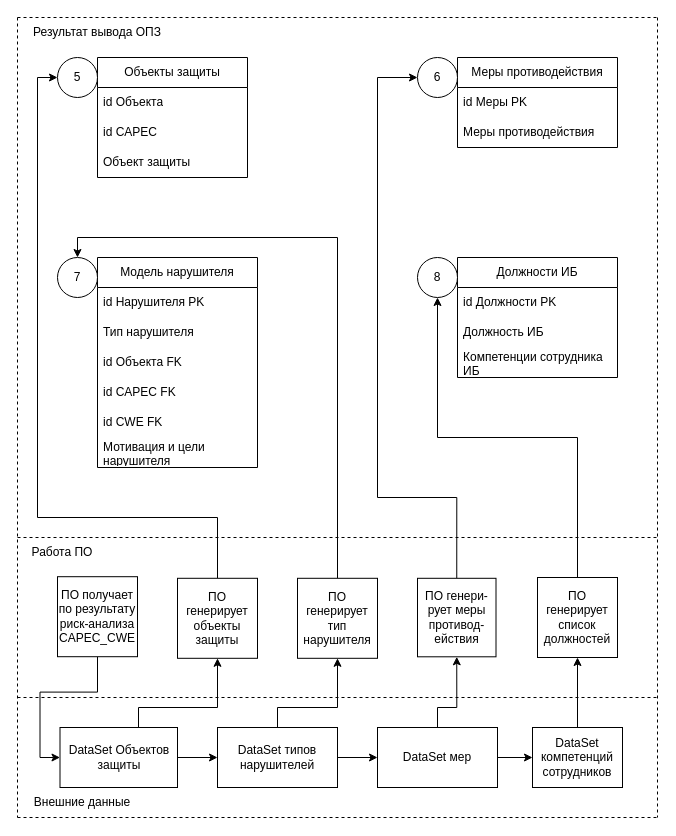
The draw.io diagram New_Shema_OPZ/(Обновленная схема ОПЗ) Частная политика.drawio in SmirnovBogdan8/Diplom, before the edit. Source tidied: cells renumbered, new cells numbered last; positions are measured from the earlier drawing's top-left corner, leaving out a move shared by most shapes. Both pictures are drawn from the tidied source at 100%, with x=0, y=0 at pixel (17, 17).
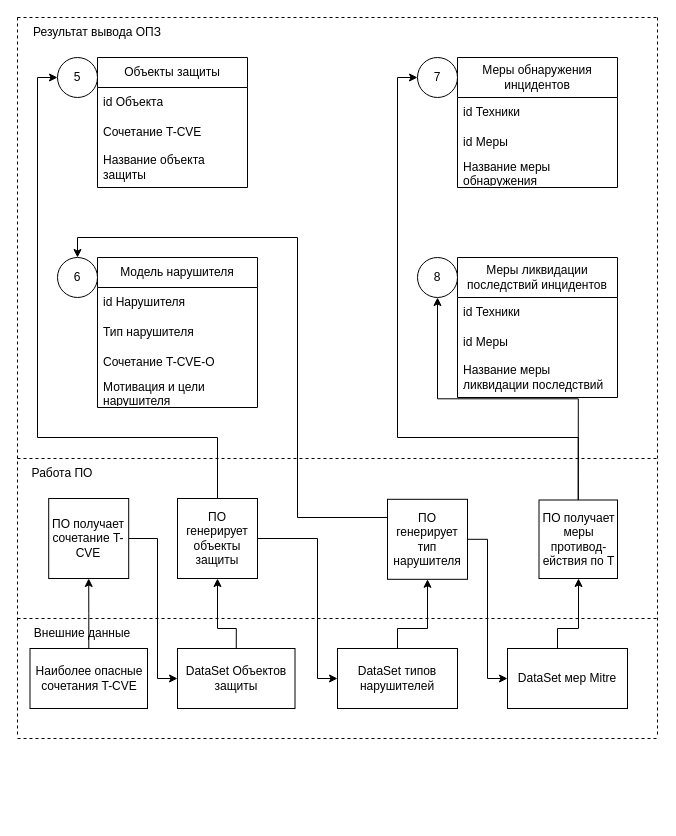
Above is the later version.

The change refers to these unchanged cells:
```xml
<mxCell id="32" value="5" style="ellipse;whiteSpace=wrap;html=1;" parent="1" vertex="1">
  <mxGeometry x="40" y="40" width="40" height="40" as="geometry" />
</mxCell>
```

Change to the diagram source:
```diff
@@
     <mxCell id="2" value="Объекты защиты" style="swimlane;fontStyle=0;horizontal=1;startSize=30;whiteSpace=wrap;html=1;" parent="1" vertex="1">
-      <mxGeometry x="80" y="40" width="150" height="120" as="geometry" />
+      <mxGeometry x="80" y="40" width="150" height="130" as="geometry" />
     </mxCell>
@@
-    <mxCell id="4" value="id CAPEC" style="text;strokeColor=none;fillColor=none;align=left;verticalAlign=middle;spacingLeft=4;spacingRight=4;overflow=hidden;whiteSpace=wrap;html=1;" parent="2" vertex="1">
+    <mxCell id="4" value="Сочетание T-CVE" style="text;strokeColor=none;fillColor=none;align=left;verticalAlign=middle;spacingLeft=4;spacingRight=4;overflow=hidden;whiteSpace=wrap;html=1;" parent="2" vertex="1">
       <mxGeometry y="60" width="150" height="30" as="geometry" />
     </mxCell>
-    <mxCell id="5" value="Объект защиты" style="text;strokeColor=none;fillColor=none;align=left;verticalAlign=middle;spacingLeft=4;spacingRight=4;overflow=hidden;whiteSpace=wrap;html=1;" parent="2" vertex="1">
-      <mxGeometry y="90" width="150" height="30" as="geometry" />
+    <mxCell id="5" value="Название объекта защиты" style="text;strokeColor=none;fillColor=none;align=left;verticalAlign=middle;spacingLeft=4;spacingRight=4;overflow=hidden;whiteSpace=wrap;html=1;" parent="2" vertex="1">
+      <mxGeometry y="90" width="150" height="40" as="geometry" />
     </mxCell>
     <mxCell id="6" value="Модель нарушителя" style="swimlane;fontStyle=0;horizontal=1;startSize=30;whiteSpace=wrap;html=1;" parent="1" vertex="1">
-      <mxGeometry x="80" y="240" width="160" height="210" as="geometry" />
+      <mxGeometry x="80" y="240" width="160" height="150" as="geometry" />
     </mxCell>
-    <mxCell id="7" value="id Нарушителя PK" style="text;strokeColor=none;fillColor=none;align=left;verticalAlign=middle;spacingLeft=4;spacingRight=4;overflow=hidden;whiteSpace=wrap;html=1;" parent="6" vertex="1">
+    <mxCell id="7" value="id Нарушителя" style="text;strokeColor=none;fillColor=none;align=left;verticalAlign=middle;spacingLeft=4;spacingRight=4;overflow=hidden;whiteSpace=wrap;html=1;" parent="6" vertex="1">
       <mxGeometry y="30" width="160" height="30" as="geometry" />
     </mxCell>
@@
-    <mxCell id="9" value="id Объекта FK" style="text;strokeColor=none;fillColor=none;align=left;verticalAlign=middle;spacingLeft=4;spacingRight=4;overflow=hidden;whiteSpace=wrap;html=1;" parent="6" vertex="1">
+    <mxCell id="9" value="Сочетание T-CVE-O" style="text;strokeColor=none;fillColor=none;align=left;verticalAlign=middle;spacingLeft=4;spacingRight=4;overflow=hidden;whiteSpace=wrap;html=1;" parent="6" vertex="1">
       <mxGeometry y="90" width="160" height="30" as="geometry" />
     </mxCell>
-    <mxCell id="10" value="id CAPEC FK" style="text;strokeColor=none;fillColor=none;align=left;verticalAlign=middle;spacingLeft=4;spacingRight=4;overflow=hidden;whiteSpace=wrap;html=1;" parent="6" vertex="1">
-      <mxGeometry y="120" width="160" height="30" as="geometry" />
-    </mxCell>
-    <mxCell id="11" value="id CWE FK" style="text;strokeColor=none;fillColor=none;align=left;verticalAlign=middle;spacingLeft=4;spacingRight=4;overflow=hidden;whiteSpace=wrap;html=1;" parent="6" vertex="1">
-      <mxGeometry y="150" width="160" height="30" as="geometry" />
-    </mxCell>
     <mxCell id="12" value="Мотивация и цели нарушителя" style="text;strokeColor=none;fillColor=none;align=left;verticalAlign=middle;spacingLeft=4;spacingRight=4;overflow=hidden;whiteSpace=wrap;html=1;" parent="6" vertex="1">
-      <mxGeometry y="180" width="160" height="30" as="geometry" />
+      <mxGeometry y="120" width="160" height="30" as="geometry" />
     </mxCell>
-    <mxCell id="13" value="Меры противодействия" style="swimlane;fontStyle=0;horizontal=1;startSize=30;whiteSpace=wrap;html=1;" parent="1" vertex="1">
-      <mxGeometry x="440" y="40" width="160" height="90" as="geometry" />
+    <mxCell id="13" value="Меры обнаружения инцидентов" style="swimlane;fontStyle=0;horizontal=1;startSize=40;whiteSpace=wrap;html=1;" parent="1" vertex="1">
+      <mxGeometry x="440" y="40" width="160" height="130" as="geometry" />
     </mxCell>
-    <mxCell id="14" value="id Меры PK" style="text;strokeColor=none;fillColor=none;align=left;verticalAlign=middle;spacingLeft=4;spacingRight=4;overflow=hidden;whiteSpace=wrap;html=1;" parent="13" vertex="1">
-      <mxGeometry y="30" width="160" height="30" as="geometry" />
+    <mxCell id="14" value="id Техники" style="text;strokeColor=none;fillColor=none;align=left;verticalAlign=middle;spacingLeft=4;spacingRight=4;overflow=hidden;whiteSpace=wrap;html=1;" parent="13" vertex="1">
+      <mxGeometry y="40" width="160" height="30" as="geometry" />
     </mxCell>
-    <mxCell id="15" value="Меры противодействия" style="text;strokeColor=none;fillColor=none;align=left;verticalAlign=middle;spacingLeft=4;spacingRight=4;overflow=hidden;whiteSpace=wrap;html=1;" parent="13" vertex="1">
-      <mxGeometry y="60" width="160" height="30" as="geometry" />
+    <mxCell id="15" value="id Меры" style="text;strokeColor=none;fillColor=none;align=left;verticalAlign=middle;spacingLeft=4;spacingRight=4;overflow=hidden;whiteSpace=wrap;html=1;" parent="13" vertex="1">
+      <mxGeometry y="70" width="160" height="30" as="geometry" />
     </mxCell>
+    <mxCell id="54" value="Название меры обнаружения" style="text;strokeColor=none;fillColor=none;align=left;verticalAlign=middle;spacingLeft=4;spacingRight=4;overflow=hidden;whiteSpace=wrap;html=1;" parent="13" vertex="1">
+      <mxGeometry y="100" width="160" height="30" as="geometry" />
+    </mxCell>
@@
     <mxCell id="17" style="endArrow=none;dashed=1;html=1;rounded=0;" parent="1" edge="1">
       <mxGeometry relative="1" as="geometry">
         <mxPoint as="sourcePoint" />
-        <mxPoint y="800" as="targetPoint" />
+        <mxPoint y="720" as="targetPoint" />
       </mxGeometry>
     </mxCell>
-    <mxCell id="18" value="Должности ИБ" style="swimlane;fontStyle=0;horizontal=1;startSize=30;whiteSpace=wrap;html=1;" parent="1" vertex="1">
-      <mxGeometry x="440" y="240" width="160" height="120" as="geometry" />
-    </mxCell>
-    <mxCell id="19" value="id Должности PK" style="text;strokeColor=none;fillColor=none;align=left;verticalAlign=middle;spacingLeft=4;spacingRight=4;overflow=hidden;whiteSpace=wrap;html=1;" parent="18" vertex="1">
-      <mxGeometry y="30" width="160" height="30" as="geometry" />
-    </mxCell>
-    <mxCell id="20" value="Должность ИБ" style="text;strokeColor=none;fillColor=none;align=left;verticalAlign=middle;spacingLeft=4;spacingRight=4;overflow=hidden;whiteSpace=wrap;html=1;" parent="18" vertex="1">
-      <mxGeometry y="60" width="160" height="30" as="geometry" />
-    </mxCell>
-    <mxCell id="21" value="Компетенции сотрудника ИБ" style="text;strokeColor=none;fillColor=none;align=left;verticalAlign=middle;spacingLeft=4;spacingRight=4;overflow=hidden;whiteSpace=wrap;html=1;" parent="18" vertex="1">
-      <mxGeometry y="90" width="160" height="30" as="geometry" />
-    </mxCell>
     <mxCell id="22" style="endArrow=none;dashed=1;html=1;rounded=0;" parent="1" edge="1">
       <mxGeometry relative="1" as="geometry">
-        <mxPoint y="800" as="sourcePoint" />
-        <mxPoint x="640" y="800" as="targetPoint" />
+        <mxPoint y="721" as="sourcePoint" />
+        <mxPoint x="640" y="721" as="targetPoint" />
       </mxGeometry>
     </mxCell>
-    <mxCell id="23" style="edgeStyle=orthogonalEdgeStyle;rounded=0;jettySize=auto;html=1;exitX=0.5;exitY=0;exitDx=0;exitDy=0;entryX=0;entryY=0.5;entryDx=0;entryDy=0;" parent="1" edge="1" source="24" target="32">
-      <mxGeometry relative="1" as="geometry">
-        <Array as="points">
-          <mxPoint x="200" y="500" />
-          <mxPoint x="20" y="500" />
-          <mxPoint x="20" y="60" />
-        </Array>
-      </mxGeometry>
-    </mxCell>
-    <mxCell id="24" value="ПО генерирует объекты защиты" style="whiteSpace=wrap;html=1;" parent="1" vertex="1">
-      <mxGeometry x="160" y="560.8" width="80" height="80" as="geometry" />
-    </mxCell>
-    <mxCell id="25" style="edgeStyle=orthogonalEdgeStyle;rounded=0;jettySize=auto;html=1;exitX=0.5;exitY=0;exitDx=0;exitDy=0;entryX=0.5;entryY=1;entryDx=0;entryDy=0;" parent="1" edge="1" source="26" target="35">
-      <mxGeometry relative="1" as="geometry" />
-    </mxCell>
-    <mxCell id="26" value="ПО генерирует список должностей" style="whiteSpace=wrap;html=1;" parent="1" vertex="1">
-      <mxGeometry x="520" y="560" width="80" height="80" as="geometry" />
-    </mxCell>
+    <mxCell id="55" style="edgeStyle=orthogonalEdgeStyle;rounded=0;jettySize=auto;html=1;exitX=0.5;exitY=0;exitDx=0;exitDy=0;entryX=0.5;entryY=1;entryDx=0;entryDy=0;" parent="1" edge="1" source="28" target="35">
+      <mxGeometry relative="1" as="geometry" />
+    </mxCell>
     <mxCell id="27" style="edgeStyle=orthogonalEdgeStyle;rounded=0;jettySize=auto;html=1;exitX=0.5;exitY=0;exitDx=0;exitDy=0;entryX=0;entryY=0.5;entryDx=0;entryDy=0;" parent="1" edge="1" source="28" target="33">
       <mxGeometry relative="1" as="geometry">
         <Array as="points">
-          <mxPoint x="439" y="480" />
-          <mxPoint x="360" y="480" />
-          <mxPoint x="360" y="60" />
+          <mxPoint x="561" y="420" />
+          <mxPoint x="380" y="420" />
+          <mxPoint x="380" y="60" />
         </Array>
       </mxGeometry>
     </mxCell>
-    <mxCell id="28" value="ПО генери-рует меры противод-ействия" style="whiteSpace=wrap;html=1;" parent="1" vertex="1">
-      <mxGeometry x="400" y="560.8" width="78.5" height="78.5" as="geometry" />
+    <mxCell id="28" value="ПО получает меры противод-ействия по T" style="whiteSpace=wrap;html=1;" parent="1" vertex="1">
+      <mxGeometry x="521.5" y="482.5" width="78.5" height="78.5" as="geometry" />
     </mxCell>
     <mxCell id="29" style="edgeStyle=orthogonalEdgeStyle;rounded=0;jettySize=auto;html=1;exitX=0.5;exitY=0;exitDx=0;exitDy=0;entryX=0.5;entryY=0;entryDx=0;entryDy=0;" parent="1" edge="1" source="30" target="34">
-      <mxGeometry relative="1" as="geometry" />
+      <mxGeometry relative="1" as="geometry">
+        <Array as="points">
+          <mxPoint x="410" y="500" />
+          <mxPoint x="280" y="500" />
+          <mxPoint x="280" y="220" />
+          <mxPoint x="60" y="220" />
+        </Array>
+      </mxGeometry>
     </mxCell>
+    <mxCell id="56" style="edgeStyle=orthogonalEdgeStyle;rounded=0;jettySize=auto;html=1;exitX=1;exitY=0.5;exitDx=0;exitDy=0;entryX=0;entryY=0.5;entryDx=0;entryDy=0;" parent="1" edge="1" source="30" target="46">
+      <mxGeometry relative="1" as="geometry">
+        <Array as="points">
+          <mxPoint x="470" y="522" />
+          <mxPoint x="470" y="661" />
+        </Array>
+      </mxGeometry>
+    </mxCell>
     <mxCell id="30" value="ПО генерирует тип нарушителя" style="whiteSpace=wrap;html=1;" parent="1" vertex="1">
-      <mxGeometry x="280" y="560.8" width="80" height="80" as="geometry" />
+      <mxGeometry x="370" y="481.8" width="80" height="80" as="geometry" />
     </mxCell>
     <mxCell id="31" style="endArrow=none;dashed=1;html=1;rounded=0;" parent="1" edge="1">
       <mxGeometry relative="1" as="geometry">
         <mxPoint x="640" as="sourcePoint" />
-        <mxPoint x="640" y="800" as="targetPoint" />
+        <mxPoint x="640" y="720" as="targetPoint" />
       </mxGeometry>
     </mxCell>
@@
-    <mxCell id="33" value="6" style="ellipse;whiteSpace=wrap;html=1;" parent="1" vertex="1">
+    <mxCell id="33" value="7" style="ellipse;whiteSpace=wrap;html=1;" parent="1" vertex="1">
       <mxGeometry x="400" y="40" width="40" height="40" as="geometry" />
     </mxCell>
-    <mxCell id="34" value="7" style="ellipse;whiteSpace=wrap;html=1;" parent="1" vertex="1">
+    <mxCell id="34" value="6" style="ellipse;whiteSpace=wrap;html=1;" parent="1" vertex="1">
       <mxGeometry x="40" y="240" width="40" height="40" as="geometry" />
     </mxCell>
-    <mxCell id="35" value="8" style="ellipse;whiteSpace=wrap;html=1;" parent="1" vertex="1">
-      <mxGeometry x="400" y="240" width="40" height="40" as="geometry" />
-    </mxCell>
     <mxCell id="36" style="endArrow=none;dashed=1;html=1;rounded=0;" parent="1" edge="1">
       <mxGeometry relative="1" as="geometry">
-        <mxPoint y="520" as="sourcePoint" />
-        <mxPoint x="640" y="520" as="targetPoint" />
+        <mxPoint y="441" as="sourcePoint" />
+        <mxPoint x="640" y="441" as="targetPoint" />
       </mxGeometry>
     </mxCell>
     <mxCell id="37" style="endArrow=none;dashed=1;html=1;rounded=0;" parent="1" edge="1">
       <mxGeometry relative="1" as="geometry">
-        <mxPoint y="680" as="sourcePoint" />
-        <mxPoint x="640" y="680" as="targetPoint" />
+        <mxPoint y="601" as="sourcePoint" />
+        <mxPoint x="640" y="601" as="targetPoint" />
       </mxGeometry>
     </mxCell>
     <mxCell id="38" style="edgeStyle=orthogonalEdgeStyle;rounded=0;jettySize=auto;html=1;exitX=0.5;exitY=0;exitDx=0;exitDy=0;entryX=0.5;entryY=1;entryDx=0;entryDy=0;" parent="1" edge="1" source="40" target="24">
       <mxGeometry relative="1" as="geometry">
         <Array as="points">
-          <mxPoint x="121" y="690" />
-          <mxPoint x="200" y="690" />
+          <mxPoint x="219" y="611" />
+          <mxPoint x="200" y="611" />
         </Array>
       </mxGeometry>
     </mxCell>
-    <mxCell id="39" style="edgeStyle=orthogonalEdgeStyle;rounded=0;jettySize=auto;html=1;" parent="1" edge="1" source="40" target="43">
-      <mxGeometry relative="1" as="geometry" />
-    </mxCell>
     <mxCell id="40" value="DataSet Объектов защиты" style="rounded=0;whiteSpace=wrap;html=1;" parent="1" vertex="1">
-      <mxGeometry x="42.5" y="710" width="117.5" height="60" as="geometry" />
+      <mxGeometry x="160" y="631" width="117.5" height="60" as="geometry" />
     </mxCell>
-    <mxCell id="41" style="edgeStyle=orthogonalEdgeStyle;rounded=0;jettySize=auto;html=1;" parent="1" edge="1" source="43" target="46">
-      <mxGeometry relative="1" as="geometry" />
-    </mxCell>
     <mxCell id="42" style="edgeStyle=orthogonalEdgeStyle;rounded=0;jettySize=auto;html=1;exitX=0.5;exitY=0;exitDx=0;exitDy=0;entryX=0.5;entryY=1;entryDx=0;entryDy=0;" parent="1" edge="1" source="43" target="30">
       <mxGeometry relative="1" as="geometry">
         <Array as="points">
-          <mxPoint x="260" y="690" />
-          <mxPoint x="320" y="690" />
+          <mxPoint x="380" y="611" />
+          <mxPoint x="410" y="611" />
         </Array>
       </mxGeometry>
     </mxCell>
     <mxCell id="43" value="DataSet типов нарушителей" style="rounded=0;whiteSpace=wrap;html=1;" parent="1" vertex="1">
-      <mxGeometry x="200" y="710" width="120" height="60" as="geometry" />
+      <mxGeometry x="320" y="631" width="120" height="60" as="geometry" />
     </mxCell>
-    <mxCell id="44" style="edgeStyle=orthogonalEdgeStyle;rounded=0;jettySize=auto;html=1;exitX=0.5;exitY=0;exitDx=0;exitDy=0;entryX=0.5;entryY=1;entryDx=0;entryDy=0;" parent="1" edge="1" source="46" target="28">
+    <mxCell id="44" style="edgeStyle=orthogonalEdgeStyle;rounded=0;jettySize=auto;html=1;exitX=0.5;exitY=0;exitDx=0;exitDy=0;" parent="1" edge="1" source="46" target="28">
       <mxGeometry relative="1" as="geometry">
         <Array as="points">
-          <mxPoint x="420" y="690" />
-          <mxPoint x="439" y="690" />
+          <mxPoint x="540" y="611" />
+          <mxPoint x="561" y="611" />
         </Array>
       </mxGeometry>
     </mxCell>
-    <mxCell id="45" style="edgeStyle=orthogonalEdgeStyle;rounded=0;jettySize=auto;html=1;" parent="1" edge="1" source="46" target="53">
-      <mxGeometry relative="1" as="geometry" />
-    </mxCell>
-    <mxCell id="46" value="DataSet мер" style="rounded=0;whiteSpace=wrap;html=1;" parent="1" vertex="1">
-      <mxGeometry x="360" y="710" width="120" height="60" as="geometry" />
+    <mxCell id="46" value="DataSet мер Mitre" style="rounded=0;whiteSpace=wrap;html=1;" parent="1" vertex="1">
+      <mxGeometry x="490" y="631" width="120" height="60" as="geometry" />
     </mxCell>
@@
     <mxCell id="48" value="Работа ПО" style="text;html=1;align=center;verticalAlign=middle;whiteSpace=wrap;rounded=0;" parent="1" vertex="1">
-      <mxGeometry y="520" width="90" height="30" as="geometry" />
+      <mxGeometry y="441" width="90" height="30" as="geometry" />
     </mxCell>
     <mxCell id="49" value="Внешние данные" style="text;html=1;align=center;verticalAlign=middle;whiteSpace=wrap;rounded=0;" parent="1" vertex="1">
-      <mxGeometry y="770" width="130" height="30" as="geometry" />
+      <mxGeometry y="601" width="130" height="30" as="geometry" />
     </mxCell>
-    <mxCell id="50" style="edgeStyle=orthogonalEdgeStyle;rounded=0;jettySize=auto;html=1;exitX=0.5;exitY=1;exitDx=0;exitDy=0;entryX=0;entryY=0.5;entryDx=0;entryDy=0;" parent="1" edge="1" source="51" target="40">
-      <mxGeometry relative="1" as="geometry" />
+    <mxCell id="50" style="edgeStyle=orthogonalEdgeStyle;rounded=0;jettySize=auto;html=1;exitX=1;exitY=0.5;exitDx=0;exitDy=0;entryX=0;entryY=0.5;entryDx=0;entryDy=0;" parent="1" edge="1" source="51" target="40">
+      <mxGeometry relative="1" as="geometry">
+        <Array as="points">
+          <mxPoint x="140" y="521" />
+          <mxPoint x="140" y="661" />
+        </Array>
+      </mxGeometry>
     </mxCell>
-    <mxCell id="51" value="ПО получает по результату риск-анализа CAPEC_CWE" style="whiteSpace=wrap;html=1;" parent="1" vertex="1">
-      <mxGeometry x="40" y="559.2" width="80" height="80" as="geometry" />
+    <mxCell id="51" value="ПО получает сочетание T-CVE" style="whiteSpace=wrap;html=1;" parent="1" vertex="1">
+      <mxGeometry x="31.2" y="481" width="80" height="80" as="geometry" />
     </mxCell>
-    <mxCell id="52" style="edgeStyle=orthogonalEdgeStyle;rounded=0;jettySize=auto;html=1;exitX=0.5;exitY=0;exitDx=0;exitDy=0;entryX=0.5;entryY=1;entryDx=0;entryDy=0;" parent="1" edge="1" source="53" target="26">
-      <mxGeometry relative="1" as="geometry" />
-    </mxCell>
-    <mxCell id="53" value="DataSet компетенций сотрудников" style="rounded=0;whiteSpace=wrap;html=1;" parent="1" vertex="1">
-      <mxGeometry x="515" y="710" width="90" height="60" as="geometry" />
-    </mxCell>
+    <mxCell id="57" style="edgeStyle=orthogonalEdgeStyle;rounded=0;jettySize=auto;html=1;" parent="1" edge="1" source="58" target="51">
+      <mxGeometry relative="1" as="geometry" />
+    </mxCell>
+    <mxCell id="58" value="Наиболее опасные сочетания T-CVE" style="rounded=0;whiteSpace=wrap;html=1;" parent="1" vertex="1">
+      <mxGeometry x="12.5" y="631" width="117.5" height="60" as="geometry" />
+    </mxCell>
+    <mxCell id="23" style="edgeStyle=orthogonalEdgeStyle;rounded=0;jettySize=auto;html=1;exitX=0.5;exitY=0;exitDx=0;exitDy=0;entryX=0;entryY=0.5;entryDx=0;entryDy=0;" parent="1" edge="1" source="24" target="32">
+      <mxGeometry relative="1" as="geometry">
+        <Array as="points">
+          <mxPoint x="200" y="420" />
+          <mxPoint x="20" y="420" />
+          <mxPoint x="20" y="60" />
+        </Array>
+      </mxGeometry>
+    </mxCell>
+    <mxCell id="59" style="edgeStyle=orthogonalEdgeStyle;rounded=0;jettySize=auto;html=1;entryX=0;entryY=0.5;entryDx=0;entryDy=0;" parent="1" edge="1" source="24" target="43">
+      <mxGeometry relative="1" as="geometry">
+        <Array as="points">
+          <mxPoint x="300" y="521" />
+          <mxPoint x="300" y="661" />
+        </Array>
+      </mxGeometry>
+    </mxCell>
+    <mxCell id="24" value="ПО генерирует объекты защиты" style="whiteSpace=wrap;html=1;" parent="1" vertex="1">
+      <mxGeometry x="160" y="481" width="80" height="80" as="geometry" />
+    </mxCell>
+    <mxCell id="60" value="Меры ликвидации последствий инцидентов" style="swimlane;fontStyle=0;horizontal=1;startSize=40;whiteSpace=wrap;html=1;" parent="1" vertex="1">
+      <mxGeometry x="440" y="240" width="160" height="140" as="geometry" />
+    </mxCell>
+    <mxCell id="61" value="id Техники" style="text;strokeColor=none;fillColor=none;align=left;verticalAlign=middle;spacingLeft=4;spacingRight=4;overflow=hidden;whiteSpace=wrap;html=1;" parent="60" vertex="1">
+      <mxGeometry y="40" width="160" height="30" as="geometry" />
+    </mxCell>
+    <mxCell id="62" value="id Меры" style="text;strokeColor=none;fillColor=none;align=left;verticalAlign=middle;spacingLeft=4;spacingRight=4;overflow=hidden;whiteSpace=wrap;html=1;" parent="60" vertex="1">
+      <mxGeometry y="70" width="160" height="30" as="geometry" />
+    </mxCell>
+    <mxCell id="63" value="Название меры ликвидации последствий" style="text;strokeColor=none;fillColor=none;align=left;verticalAlign=middle;spacingLeft=4;spacingRight=4;overflow=hidden;whiteSpace=wrap;html=1;" parent="60" vertex="1">
+      <mxGeometry y="100" width="160" height="40" as="geometry" />
+    </mxCell>
+    <mxCell id="35" value="8" style="ellipse;whiteSpace=wrap;html=1;" parent="1" vertex="1">
+      <mxGeometry x="400" y="240" width="40" height="40" as="geometry" />
+    </mxCell>
```
